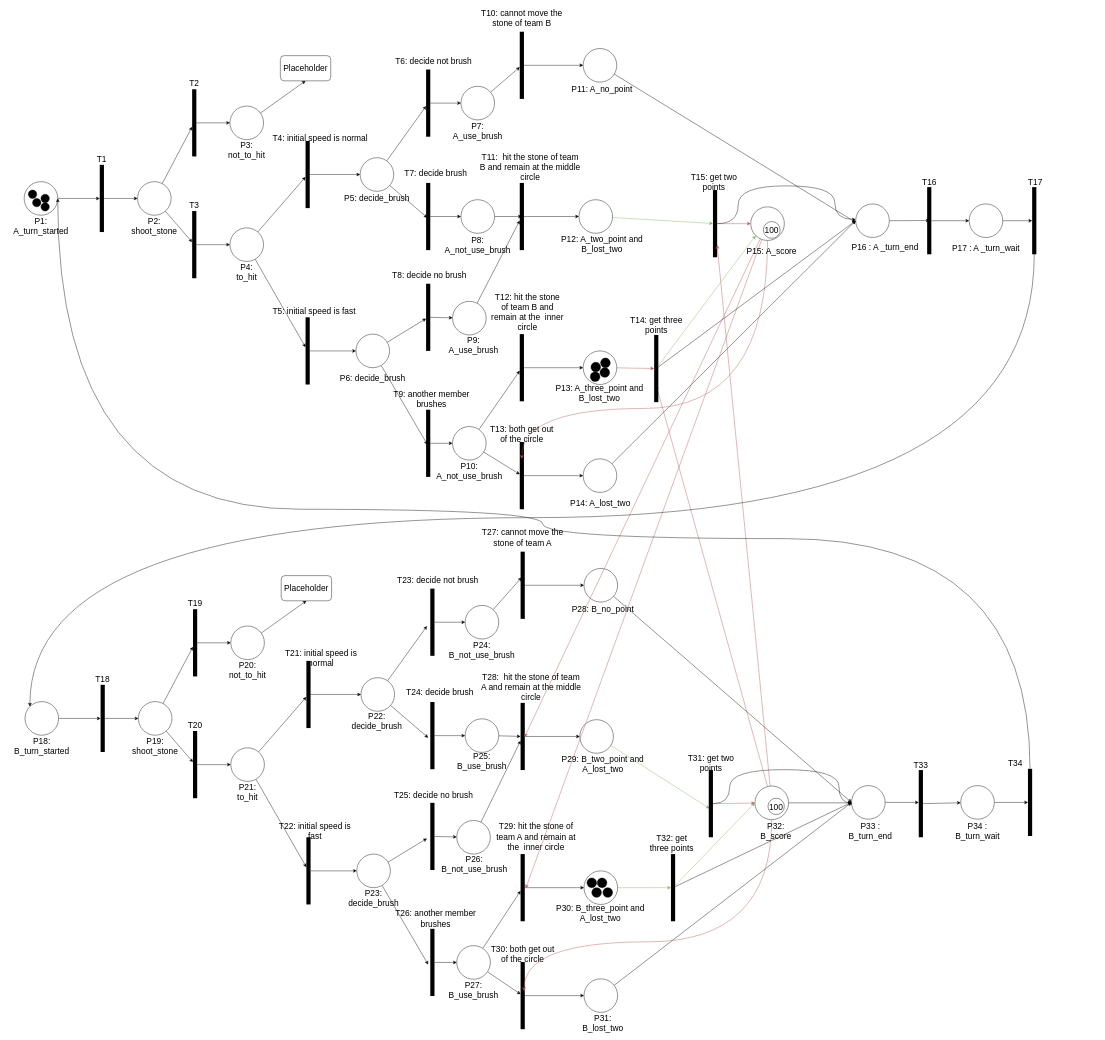
Earlier version of the draw.io diagram 3100asmt3Q2.2.drawio (wkng0/heyy). Source tidied: cells renumbered, new cells numbered last; positions are measured from the earlier drawing's top-left corner, leaving out a move shared by most shapes. Both pictures are drawn from the tidied source at 42%, with x=0, y=0 at pixel (7, 9).
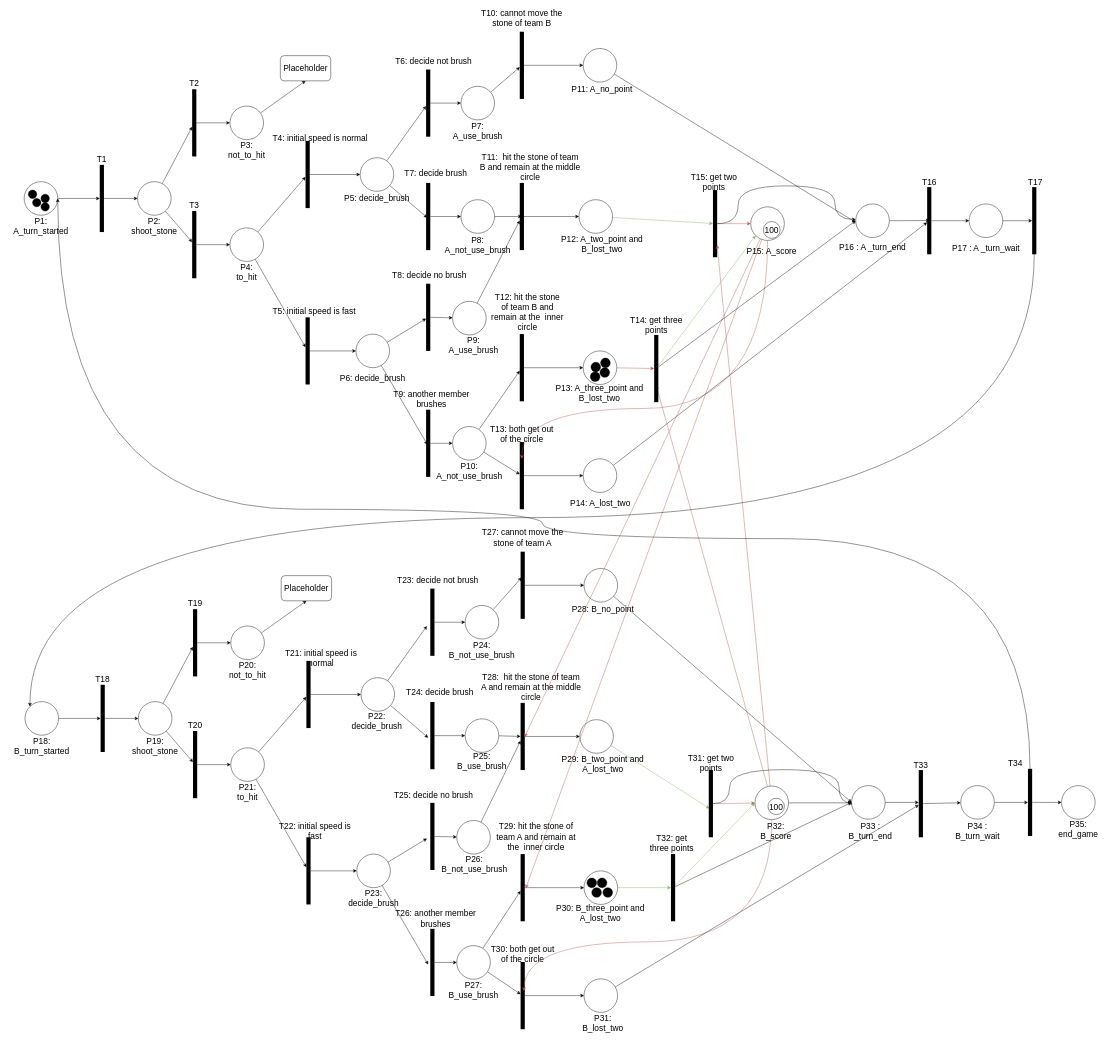
The same page after the edit.

Unchanged cells that the change refers to:
```xml
<mxCell id="78" style="ellipse;whiteSpace=wrap;html=1;fontSize=20;strokeColor=#000000;strokeWidth=1;fillColor=#FFFFFF;" parent="1" vertex="1">
  <mxGeometry x="1371" y="1070" width="80" height="80" as="geometry" />
</mxCell>
<mxCell id="139" style="ellipse;whiteSpace=wrap;html=1;fontSize=20;strokeColor=#000000;strokeWidth=1;fillColor=#FFFFFF;" parent="1" vertex="1">
  <mxGeometry x="1373" y="2308" width="80" height="80" as="geometry" />
</mxCell>
<mxCell id="218" style="ellipse;whiteSpace=wrap;html=1;" parent="1" vertex="1">
  <mxGeometry x="2020" y="463" width="80" height="80" as="geometry" />
</mxCell>
<mxCell id="220" style="line;strokeWidth=10;direction=south;html=1;fontSize=20;fillColor=#FFFFFF;" parent="1" vertex="1">
  <mxGeometry x="2190" y="423" width="10" height="160" as="geometry" />
</mxCell>
<mxCell id="230" style="ellipse;whiteSpace=wrap;html=1;fontSize=20;" parent="1" vertex="1">
  <mxGeometry x="2010" y="1848" width="80" height="80" as="geometry" />
</mxCell>
<mxCell id="232" style="line;strokeWidth=10;direction=south;html=1;fontSize=20;fillColor=#FFFFFF;" parent="1" vertex="1">
  <mxGeometry x="2170" y="1811" width="10" height="160" as="geometry" />
</mxCell>
<mxCell id="236" style="line;strokeWidth=10;direction=south;html=1;fontSize=20;fillColor=#FFFFFF;" parent="1" vertex="1">
  <mxGeometry x="2430" y="1808" width="10" height="160" as="geometry" />
</mxCell>
```

What changed in the source:
```diff
@@
-    <mxCell id="77" style="rounded=0;jettySize=auto;html=1;fontSize=20;entryX=0;entryY=0.5;entryDx=0;entryDy=0;" parent="1" edge="1" source="78" target="218">
+    <mxCell id="77" style="rounded=0;jettySize=auto;html=1;fontSize=20;" parent="1" edge="1" source="78" target="220">
       <mxGeometry relative="1" as="geometry" />
     </mxCell>
@@
-    <mxCell id="138" style="edgeStyle=none;rounded=0;jettySize=auto;html=1;fontSize=20;entryX=0;entryY=0.5;entryDx=0;entryDy=0;" parent="1" edge="1" source="139" target="230">
+    <mxCell id="138" style="edgeStyle=none;rounded=0;jettySize=auto;html=1;fontSize=20;" parent="1" edge="1" source="139" target="232">
       <mxGeometry relative="1" as="geometry" />
     </mxCell>
@@
     <mxCell id="192" value="P16 : A _turn_end" style="text;html=1;strokeColor=none;fillColor=none;align=center;verticalAlign=middle;whiteSpace=wrap;rounded=0;fontSize=20;" parent="1" vertex="1">
-      <mxGeometry x="2000" y="550" width="180" height="30" as="geometry" />
+      <mxGeometry x="1970" y="550" width="180" height="30" as="geometry" />
     </mxCell>
@@
+    <mxCell id="241" style="edgeStyle=orthogonalEdgeStyle;curved=1;rounded=0;jettySize=auto;html=1;fontSize=20;" parent="1" edge="1" source="236" target="242">
+      <mxGeometry relative="1" as="geometry" />
+    </mxCell>
@@
+    <mxCell id="242" style="ellipse;whiteSpace=wrap;html=1;fontSize=20;" parent="1" vertex="1">
+      <mxGeometry x="2510" y="1848" width="80" height="80" as="geometry" />
+    </mxCell>
+    <mxCell id="243" value="P35: end_game" style="text;html=1;strokeColor=none;fillColor=none;align=center;verticalAlign=middle;whiteSpace=wrap;rounded=0;fontSize=20;" parent="1" vertex="1">
+      <mxGeometry x="2520" y="1936" width="60" height="30" as="geometry" />
+    </mxCell>
```
